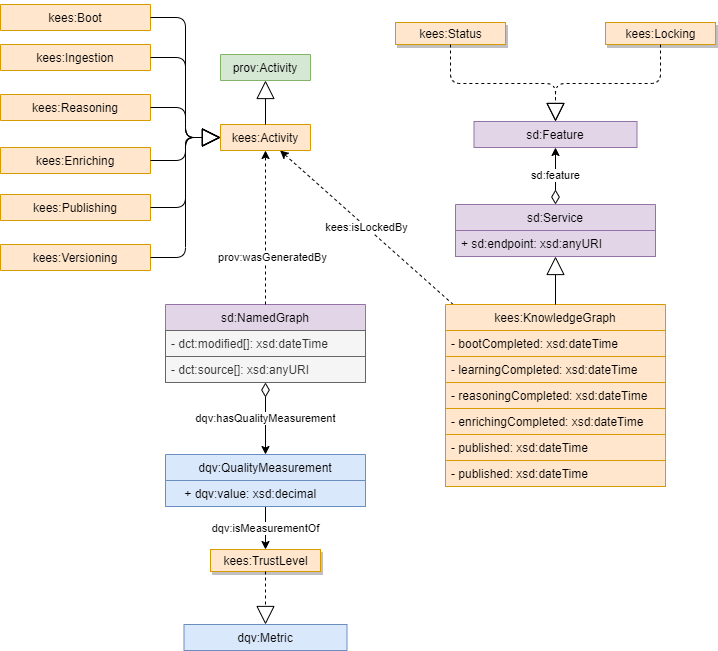
This is v1/images/uml.png from linkeddatacenter/kees, a draw.io export, as it was before one commit. Source tidied: cells renumbered, new cells last; positions are measured from the earlier drawing's top-left corner, leaving out a move shared by most shapes.
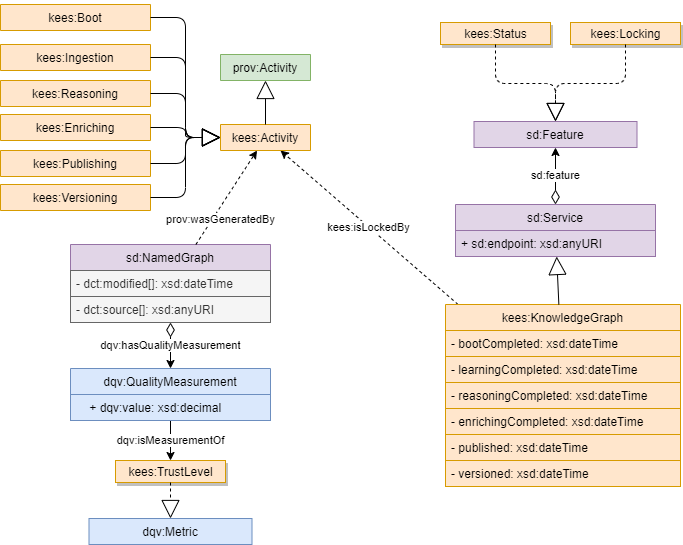
The same diagram one commit later.

What changed in the source:
```diff
@@ -1,4 +1,4 @@
-<mxGraphModel>
+<mxGraphModel background="#FFFFFF">
   <root>
     <mxCell id="0" />
     <mxCell id="1" parent="0" />
@@ -6,25 +6,25 @@
       <mxGeometry relative="1" as="geometry" />
     </mxCell>
     <mxCell id="3" value="kees:KnowledgeGraph" style="swimlane;fontStyle=0;horizontal=1;startSize=26;fillColor=#ffe6cc;strokeColor=#d79b00;labelBackgroundColor=none;" parent="1" vertex="1">
-      <mxGeometry x="445" y="300" width="220" height="182" as="geometry" />
+      <mxGeometry x="445" y="300" width="235" height="182" as="geometry" />
     </mxCell>
     <mxCell id="4" value="- bootCompleted: xsd:dateTime" style="text;strokeColor=#d79b00;fillColor=#ffe6cc;align=left;verticalAlign=top;spacingLeft=4;spacingRight=4;overflow=hidden;" parent="3" vertex="1">
-      <mxGeometry y="26" width="220" height="26" as="geometry" />
+      <mxGeometry y="26" width="235" height="26" as="geometry" />
     </mxCell>
     <mxCell id="5" value="- learningCompleted: xsd:dateTime" style="text;strokeColor=#d79b00;fillColor=#ffe6cc;align=left;verticalAlign=top;spacingLeft=4;spacingRight=4;overflow=hidden;" parent="3" vertex="1">
-      <mxGeometry y="52" width="220" height="26" as="geometry" />
+      <mxGeometry y="52" width="235" height="26" as="geometry" />
     </mxCell>
     <mxCell id="6" value="- reasoningCompleted: xsd:dateTime" style="text;strokeColor=#d79b00;fillColor=#ffe6cc;align=left;verticalAlign=top;spacingLeft=4;spacingRight=4;overflow=hidden;" parent="3" vertex="1">
-      <mxGeometry y="78" width="220" height="26" as="geometry" />
+      <mxGeometry y="78" width="235" height="26" as="geometry" />
     </mxCell>
     <mxCell id="7" value="- enrichingCompleted: xsd:dateTime" style="text;strokeColor=#d79b00;fillColor=#ffe6cc;align=left;verticalAlign=top;spacingLeft=4;spacingRight=4;overflow=hidden;" parent="3" vertex="1">
-      <mxGeometry y="104" width="220" height="26" as="geometry" />
+      <mxGeometry y="104" width="235" height="26" as="geometry" />
     </mxCell>
     <mxCell id="8" value="- published: xsd:dateTime" style="text;strokeColor=#d79b00;fillColor=#ffe6cc;align=left;verticalAlign=top;spacingLeft=4;spacingRight=4;overflow=hidden;" parent="3" vertex="1">
-      <mxGeometry y="130" width="220" height="26" as="geometry" />
+      <mxGeometry y="130" width="235" height="26" as="geometry" />
     </mxCell>
-    <mxCell id="9" value="- published: xsd:dateTime" style="text;strokeColor=#d79b00;fillColor=#ffe6cc;align=left;verticalAlign=top;spacingLeft=4;spacingRight=4;overflow=hidden;" parent="3" vertex="1">
-      <mxGeometry y="156" width="220" height="26" as="geometry" />
+    <mxCell id="9" value="- versioned: xsd:dateTime" style="text;strokeColor=#d79b00;fillColor=#ffe6cc;align=left;verticalAlign=top;spacingLeft=4;spacingRight=4;overflow=hidden;" parent="3" vertex="1">
+      <mxGeometry y="156" width="235" height="26" as="geometry" />
     </mxCell>
     <mxCell id="10" value="sd:feature" style="edgeStyle=elbowEdgeStyle;rounded=0;jettySize=auto;elbow=vertical;html=1;endArrow=classic;endFill=1;startArrow=diamondThin;startFill=0;startSize=12;" parent="1" edge="1" source="11" target="31">
       <mxGeometry relative="1" as="geometry" />
@@ -45,16 +45,16 @@
       <mxGeometry y="40" width="150" height="26" as="geometry" />
     </mxCell>
     <mxCell id="16" value="kees:Enriching" style="swimlane;fontStyle=0;horizontal=1;startSize=26;fillColor=#ffe6cc;strokeColor=#d79b00;labelBackgroundColor=none;" parent="1" vertex="1" collapsed="1">
-      <mxGeometry y="143" width="150" height="26" as="geometry" />
+      <mxGeometry y="110" width="150" height="26" as="geometry" />
     </mxCell>
     <mxCell id="17" value="kees:Reasoning" style="swimlane;fontStyle=0;horizontal=1;startSize=26;fillColor=#ffe6cc;strokeColor=#d79b00;labelBackgroundColor=none;" parent="1" vertex="1" collapsed="1">
-      <mxGeometry y="90" width="150" height="26" as="geometry" />
+      <mxGeometry y="76" width="150" height="26" as="geometry" />
     </mxCell>
     <mxCell id="18" value="kees:Publishing" style="swimlane;fontStyle=0;horizontal=1;startSize=26;fillColor=#ffe6cc;strokeColor=#d79b00;labelBackgroundColor=none;" parent="1" vertex="1" collapsed="1">
-      <mxGeometry y="190" width="150" height="26" as="geometry" />
+      <mxGeometry y="146" width="150" height="26" as="geometry" />
     </mxCell>
     <mxCell id="19" value="kees:Versioning" style="swimlane;fontStyle=0;horizontal=1;startSize=26;fillColor=#ffe6cc;strokeColor=#d79b00;labelBackgroundColor=none;" parent="1" vertex="1" collapsed="1">
-      <mxGeometry y="240" width="150" height="26" as="geometry" />
+      <mxGeometry y="180" width="150" height="26" as="geometry" />
     </mxCell>
     <mxCell id="20" style="endArrow=block;endSize=16;endFill=0;html=1;edgeStyle=elbowEdgeStyle;" parent="1" edge="1" source="15" target="14">
       <mxGeometry relative="1" as="geometry" />
@@ -84,10 +84,10 @@
       <mxGeometry relative="1" as="geometry" />
     </mxCell>
     <mxCell id="29" value="kees:Status" style="html=1;labelBackgroundColor=none;fillColor=#ffe6cc;strokeColor=#d79b00;shadow=1;" parent="1" vertex="1">
-      <mxGeometry x="395" y="18" width="110" height="22" as="geometry" />
+      <mxGeometry x="440" y="18" width="110" height="22" as="geometry" />
     </mxCell>
     <mxCell id="30" value="kees:Locking" style="html=1;labelBackgroundColor=none;fillColor=#ffe6cc;strokeColor=#d79b00;shadow=1;" parent="1" vertex="1">
-      <mxGeometry x="605" y="18" width="110" height="22" as="geometry" />
+      <mxGeometry x="570" y="18" width="110" height="22" as="geometry" />
     </mxCell>
     <mxCell id="31" value="sd:Feature" style="swimlane;fontStyle=0;horizontal=1;startSize=26;labelBackgroundColor=none;fillColor=#e1d5e7;strokeColor=#9673a6;" parent="1" vertex="1" collapsed="1">
       <mxGeometry x="473.5" y="117" width="163" height="26" as="geometry" />
@@ -99,7 +99,7 @@
       <mxGeometry relative="1" as="geometry" />
     </mxCell>
     <mxCell id="34" value="sd:NamedGraph" style="swimlane;fontStyle=0;horizontal=1;startSize=26;labelBackgroundColor=none;fillColor=#e1d5e7;strokeColor=#9673a6;" parent="1" vertex="1">
-      <mxGeometry x="165" y="300" width="200" height="78" as="geometry" />
+      <mxGeometry x="70" y="240" width="200" height="78" as="geometry" />
     </mxCell>
     <mxCell id="35" value="- dct:modified[]: xsd:dateTime" style="text;strokeColor=#666666;fillColor=#f5f5f5;align=left;verticalAlign=top;spacingLeft=4;spacingRight=4;overflow=hidden;fontColor=#333333;" parent="34" vertex="1">
       <mxGeometry y="26" width="200" height="26" as="geometry" />
@@ -114,7 +114,7 @@
       <mxGeometry relative="1" as="geometry" />
     </mxCell>
     <mxCell id="39" value="dqv:QualityMeasurement" style="swimlane;fontStyle=0;horizontal=1;startSize=26;labelBackgroundColor=none;fillColor=#dae8fc;strokeColor=#6c8ebf;" parent="1" vertex="1">
-      <mxGeometry x="165" y="450" width="200" height="52" as="geometry" />
+      <mxGeometry x="70" y="364" width="200" height="52" as="geometry" />
     </mxCell>
     <mxCell id="40" value="    + dqv:value: xsd:decimal" style="text;strokeColor=#6c8ebf;fillColor=#dae8fc;align=left;verticalAlign=top;spacingLeft=4;spacingRight=4;overflow=hidden;labelBackgroundColor=none;fontColor=default;" parent="39" vertex="1">
       <mxGeometry y="26" width="200" height="26" as="geometry" />
@@ -123,10 +123,10 @@
       <mxGeometry relative="1" as="geometry" />
     </mxCell>
     <mxCell id="42" value="kees:TrustLevel" style="html=1;labelBackgroundColor=none;fillColor=#ffe6cc;strokeColor=#d79b00;shadow=1;" parent="1" vertex="1">
-      <mxGeometry x="210" y="545" width="110" height="22" as="geometry" />
+      <mxGeometry x="115" y="456" width="110" height="22" as="geometry" />
     </mxCell>
     <mxCell id="43" value="dqv:Metric" style="swimlane;fontStyle=0;horizontal=1;startSize=26;labelBackgroundColor=none;fillColor=#dae8fc;strokeColor=#6c8ebf;" parent="1" vertex="1" collapsed="1">
-      <mxGeometry x="183.5" y="620" width="163" height="26" as="geometry" />
+      <mxGeometry x="88.5" y="514" width="163" height="26" as="geometry" />
     </mxCell>
     <mxCell id="44" style="endArrow=block;endSize=16;endFill=0;html=1;elbow=vertical;dashed=1;" parent="1" edge="1" source="42" target="43">
       <mxGeometry relative="1" as="geometry" />
```
